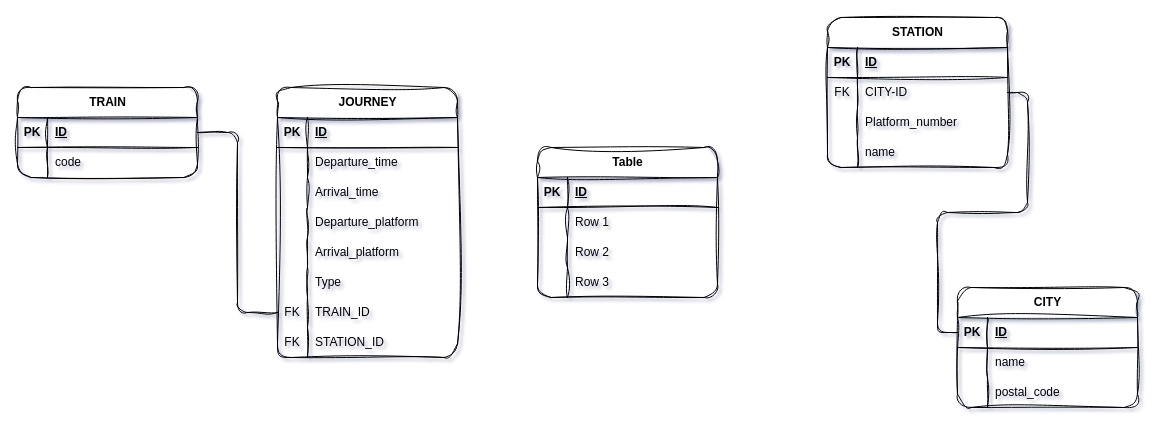
vsilvanska/examen-info-2023 keeps this draw.io diagram as page "Page-3" (3 of 3) of Diagramme sans nom 3.drawio. Above is the earlier version. Source tidied: cells renumbered, new cells numbered last; positions are measured from the earlier drawing's top-left corner, leaving out a move shared by most shapes. Both pictures are drawn from the tidied source at 100%, with x=0, y=0 at pixel (17, 17).
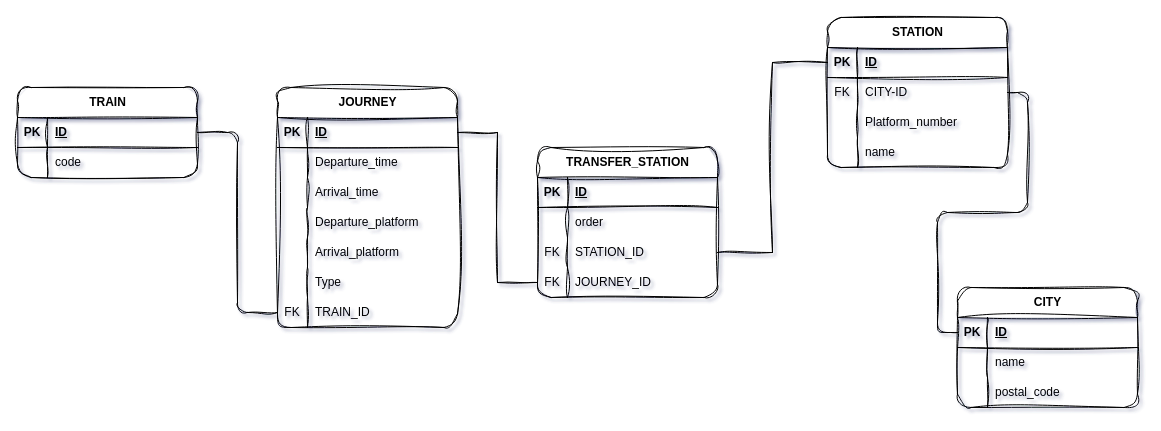
Above is the later version.

Commit message (it also covers changes not shown here):
Mettre à jour Diagramme sans nom 3.drawio

The change refers to these unchanged cells:
```xml
<mxCell id="13" style="shape=tableRow;horizontal=0;startSize=0;swimlaneHead=0;swimlaneBody=0;fillColor=none;points=[[0,0.5],[1,0.5]];portConstraint=eastwest;top=0;left=0;right=0;bottom=1;rounded=1;sketch=1;curveFitting=1;jiggle=2;" parent="12" vertex="1">
  <mxGeometry y="30" width="180" height="30" as="geometry" />
</mxCell>
<mxCell id="34" style="shape=tableRow;horizontal=0;startSize=0;swimlaneHead=0;swimlaneBody=0;fillColor=none;points=[[0,0.5],[1,0.5]];portConstraint=eastwest;top=0;left=0;right=0;bottom=1;rounded=1;sketch=1;curveFitting=1;jiggle=2;" parent="33" vertex="1">
  <mxGeometry y="30" width="180" height="30" as="geometry" />
</mxCell>
<mxCell id="63" style="shape=tableRow;horizontal=0;startSize=0;swimlaneHead=0;swimlaneBody=0;fillColor=none;top=0;left=0;right=0;bottom=0;rounded=1;sketch=1;curveFitting=1;jiggle=2;" parent="59" vertex="1">
  <mxGeometry y="60" width="180" height="30" as="geometry" />
</mxCell>
<mxCell id="66" style="shape=tableRow;horizontal=0;startSize=0;swimlaneHead=0;swimlaneBody=0;fillColor=none;points=[[0,0.5],[1,0.5]];portConstraint=eastwest;top=0;left=0;right=0;bottom=0;rounded=1;sketch=1;curveFitting=1;jiggle=2;" parent="59" vertex="1">
  <mxGeometry y="90" width="180" height="30" as="geometry" />
</mxCell>
<mxCell id="69" style="shape=tableRow;horizontal=0;startSize=0;swimlaneHead=0;swimlaneBody=0;fillColor=none;points=[[0,0.5],[1,0.5]];portConstraint=eastwest;top=0;left=0;right=0;bottom=0;rounded=1;sketch=1;curveFitting=1;jiggle=2;" parent="59" vertex="1">
  <mxGeometry y="120" width="180" height="30" as="geometry" />
</mxCell>
```

The edit, as a diff of the source:
```diff
@@
     <mxCell id="33" value="JOURNEY" style="shape=table;startSize=30;childLayout=tableLayout;rowLines=0;fontStyle=1;align=center;html=1;rounded=1;sketch=1;curveFitting=1;jiggle=2;" parent="1" vertex="1">
-      <mxGeometry x="260" y="70" width="180" height="270" as="geometry" />
+      <mxGeometry x="260" y="70" width="180" height="240" as="geometry" />
     </mxCell>
@@
-    <mxCell id="55" style="shape=tableRow;horizontal=0;startSize=0;swimlaneHead=0;swimlaneBody=0;fillColor=none;top=0;left=0;right=0;bottom=0;rounded=1;sketch=1;curveFitting=1;jiggle=2;" parent="33" vertex="1">
-      <mxGeometry y="240" width="180" height="30" as="geometry" />
-    </mxCell>
-    <mxCell id="56" value="FK" style="shape=partialRectangle;fillColor=none;top=0;left=0;bottom=0;right=0;fontStyle=0;overflow=hidden;whiteSpace=wrap;html=1;rounded=1;sketch=1;curveFitting=1;jiggle=2;" parent="55" vertex="1">
-      <mxGeometry width="30" height="30" as="geometry" />
-    </mxCell>
-    <mxCell id="57" value="STATION_ID" style="shape=partialRectangle;fillColor=none;top=0;left=0;bottom=0;right=0;align=left;spacingLeft=6;fontStyle=0;overflow=hidden;whiteSpace=wrap;html=1;rounded=1;sketch=1;curveFitting=1;jiggle=2;" parent="55" vertex="1">
-      <mxGeometry x="30" width="150" height="30" as="geometry" />
-    </mxCell>
@@
-    <mxCell id="59" value="Table" style="shape=table;startSize=30;childLayout=tableLayout;rowLines=0;fontStyle=1;align=center;html=1;rounded=1;sketch=1;curveFitting=1;jiggle=2;" parent="1" vertex="1">
+    <mxCell id="59" value="TRANSFER_STATION" style="shape=table;startSize=30;childLayout=tableLayout;rowLines=0;fontStyle=1;align=center;html=1;rounded=1;sketch=1;curveFitting=1;jiggle=2;" parent="1" vertex="1">
       <mxGeometry x="520" y="130" width="180" height="150" as="geometry" />
     </mxCell>
@@
-    <mxCell id="65" value="Row 1" style="shape=partialRectangle;fillColor=none;top=0;left=0;bottom=0;right=0;align=left;spacingLeft=6;overflow=hidden;whiteSpace=wrap;html=1;rounded=1;sketch=1;curveFitting=1;jiggle=2;" parent="63" vertex="1">
+    <mxCell id="65" value="order" style="shape=partialRectangle;fillColor=none;top=0;left=0;bottom=0;right=0;align=left;spacingLeft=6;overflow=hidden;whiteSpace=wrap;html=1;rounded=1;sketch=1;curveFitting=1;jiggle=2;" parent="63" vertex="1">
       <mxGeometry x="30" width="150" height="30" as="geometry" />
     </mxCell>
@@
-    <mxCell id="67" style="shape=partialRectangle;fillColor=none;top=0;left=0;bottom=0;right=0;overflow=hidden;whiteSpace=wrap;html=1;rounded=1;sketch=1;curveFitting=1;jiggle=2;" parent="66" vertex="1">
+    <mxCell id="67" value="FK" style="shape=partialRectangle;fillColor=none;top=0;left=0;bottom=0;right=0;overflow=hidden;whiteSpace=wrap;html=1;rounded=1;sketch=1;curveFitting=1;jiggle=2;" parent="66" vertex="1">
       <mxGeometry width="30" height="30" as="geometry" />
     </mxCell>
-    <mxCell id="68" value="Row 2" style="shape=partialRectangle;fillColor=none;top=0;left=0;bottom=0;right=0;align=left;spacingLeft=6;overflow=hidden;whiteSpace=wrap;html=1;rounded=1;sketch=1;curveFitting=1;jiggle=2;" parent="66" vertex="1">
+    <mxCell id="68" value="STATION_ID" style="shape=partialRectangle;fillColor=none;top=0;left=0;bottom=0;right=0;align=left;spacingLeft=6;overflow=hidden;whiteSpace=wrap;html=1;rounded=1;sketch=1;curveFitting=1;jiggle=2;" parent="66" vertex="1">
       <mxGeometry x="30" width="150" height="30" as="geometry" />
     </mxCell>
@@
-    <mxCell id="70" style="shape=partialRectangle;fillColor=none;top=0;left=0;bottom=0;right=0;overflow=hidden;whiteSpace=wrap;html=1;rounded=1;sketch=1;curveFitting=1;jiggle=2;" parent="69" vertex="1">
+    <mxCell id="70" value="FK" style="shape=partialRectangle;fillColor=none;top=0;left=0;bottom=0;right=0;overflow=hidden;whiteSpace=wrap;html=1;rounded=1;sketch=1;curveFitting=1;jiggle=2;" parent="69" vertex="1">
       <mxGeometry width="30" height="30" as="geometry" />
     </mxCell>
-    <mxCell id="71" value="Row 3" style="shape=partialRectangle;fillColor=none;top=0;left=0;bottom=0;right=0;align=left;spacingLeft=6;overflow=hidden;whiteSpace=wrap;html=1;rounded=1;sketch=1;curveFitting=1;jiggle=2;" parent="69" vertex="1">
+    <mxCell id="71" value="JOURNEY_ID" style="shape=partialRectangle;fillColor=none;top=0;left=0;bottom=0;right=0;align=left;spacingLeft=6;overflow=hidden;whiteSpace=wrap;html=1;rounded=1;sketch=1;curveFitting=1;jiggle=2;" parent="69" vertex="1">
       <mxGeometry x="30" width="150" height="30" as="geometry" />
     </mxCell>
+    <mxCell id="72" style="edgeStyle=orthogonalEdgeStyle;rounded=0;sketch=1;hachureGap=4;jiggle=2;curveFitting=1;jettySize=auto;html=1;exitX=0;exitY=0.5;exitDx=0;exitDy=0;entryX=1;entryY=0.5;entryDx=0;entryDy=0;fontFamily=Architects Daughter;fontSize=16;endArrow=none;endFill=0;" parent="1" edge="1" source="69" target="34">
+      <mxGeometry relative="1" as="geometry" />
+    </mxCell>
+    <mxCell id="73" style="edgeStyle=orthogonalEdgeStyle;rounded=0;sketch=1;hachureGap=4;jiggle=2;curveFitting=1;jettySize=auto;html=1;exitX=1;exitY=0.5;exitDx=0;exitDy=0;entryX=0;entryY=0.5;entryDx=0;entryDy=0;fontFamily=Architects Daughter;fontSize=16;endArrow=none;endFill=0;" parent="1" edge="1" source="66" target="13">
+      <mxGeometry relative="1" as="geometry" />
+    </mxCell>
```
